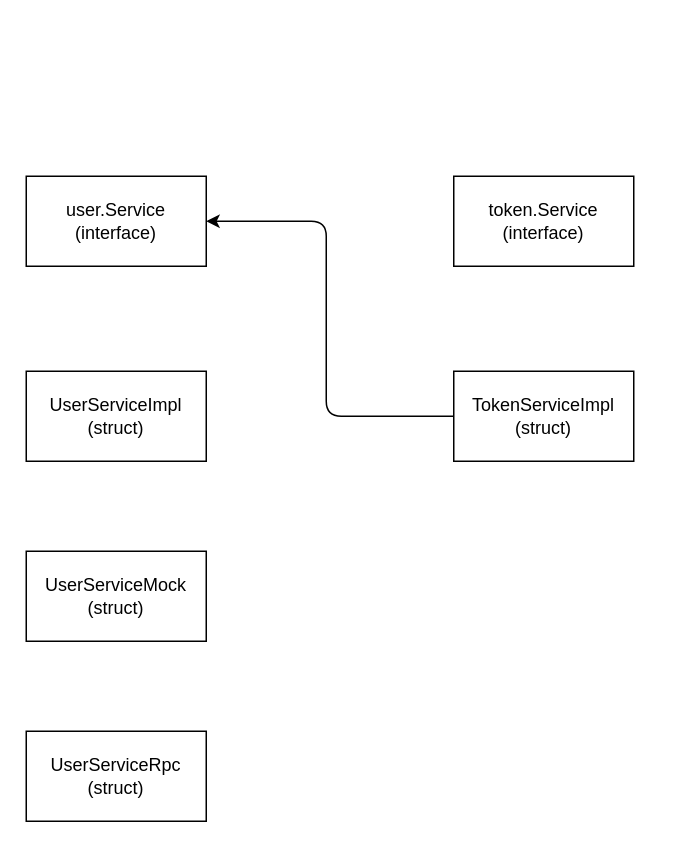
Above: vblog/docs/oop.drawio in dawson283067/go_projects (draw.io), before the change. Source tidied: cells renumbered, new cells numbered last; positions are measured from the earlier drawing's top-left corner, leaving out a move shared by most shapes. Both pictures are drawn from the tidied source at 150%, with x=0, y=0 at pixel (26, 176).
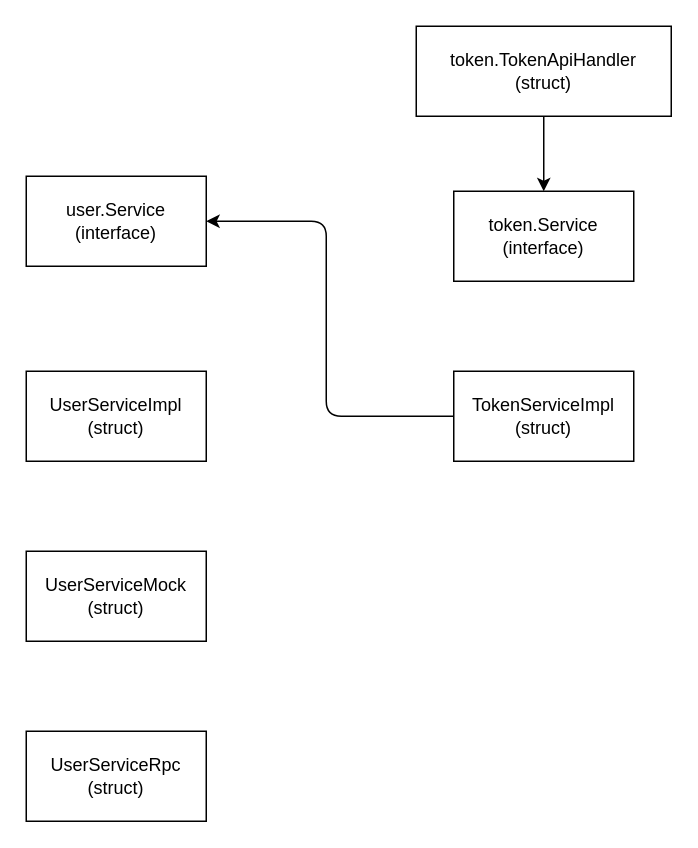
The same page after the edit.

Change to the diagram source:
```diff
@@
 <mxGraphModel>
   <root>
     <mxCell id="0" />
     <mxCell id="1" parent="0" />
     <mxCell id="2" value="user.Service&lt;br&gt;(interface)" style="rounded=0;whiteSpace=wrap;html=1;" parent="1" vertex="1">
       <mxGeometry width="120" height="60" as="geometry" />
     </mxCell>
     <mxCell id="3" value="token.Service&lt;br&gt;(interface)" style="rounded=0;whiteSpace=wrap;html=1;" parent="1" vertex="1">
-      <mxGeometry x="285" width="120" height="60" as="geometry" />
+      <mxGeometry x="285" y="10" width="120" height="60" as="geometry" />
     </mxCell>
     <mxCell id="4" value="TokenServiceImpl&lt;br&gt;(struct)" style="rounded=0;whiteSpace=wrap;html=1;" parent="1" vertex="1">
       <mxGeometry x="285" y="130" width="120" height="60" as="geometry" />
     </mxCell>
     <mxCell id="5" value="UserServiceImpl&lt;br&gt;(struct)" style="rounded=0;whiteSpace=wrap;html=1;" parent="1" vertex="1">
       <mxGeometry y="130" width="120" height="60" as="geometry" />
     </mxCell>
     <mxCell id="6" value="UserServiceMock&lt;br&gt;(struct)" style="rounded=0;whiteSpace=wrap;html=1;" parent="1" vertex="1">
       <mxGeometry y="250" width="120" height="60" as="geometry" />
     </mxCell>
     <mxCell id="7" value="UserServiceRpc&lt;br&gt;(struct)" style="rounded=0;whiteSpace=wrap;html=1;" parent="1" vertex="1">
       <mxGeometry y="370" width="120" height="60" as="geometry" />
     </mxCell>
     <mxCell id="8" style="endArrow=classic;html=1;exitX=0;exitY=0.5;exitDx=0;exitDy=0;entryX=1;entryY=0.5;entryDx=0;entryDy=0;" parent="1" edge="1" source="4" target="2">
       <mxGeometry relative="1" as="geometry">
         <Array as="points">
           <mxPoint x="200" y="160" />
           <mxPoint x="200" y="30" />
         </Array>
       </mxGeometry>
     </mxCell>
+    <mxCell id="9" value="token.TokenApiHandler&lt;br&gt;(struct)" style="rounded=0;whiteSpace=wrap;html=1;" parent="1" vertex="1">
+      <mxGeometry x="260" y="-100" width="170" height="60" as="geometry" />
+    </mxCell>
+    <mxCell id="10" style="endArrow=classic;html=1;entryX=0.5;entryY=0;entryDx=0;entryDy=0;exitX=0.5;exitY=1;exitDx=0;exitDy=0;" parent="1" edge="1" source="9" target="3">
+      <mxGeometry relative="1" as="geometry" />
+    </mxCell>
   </root>
 </mxGraphModel>
```
